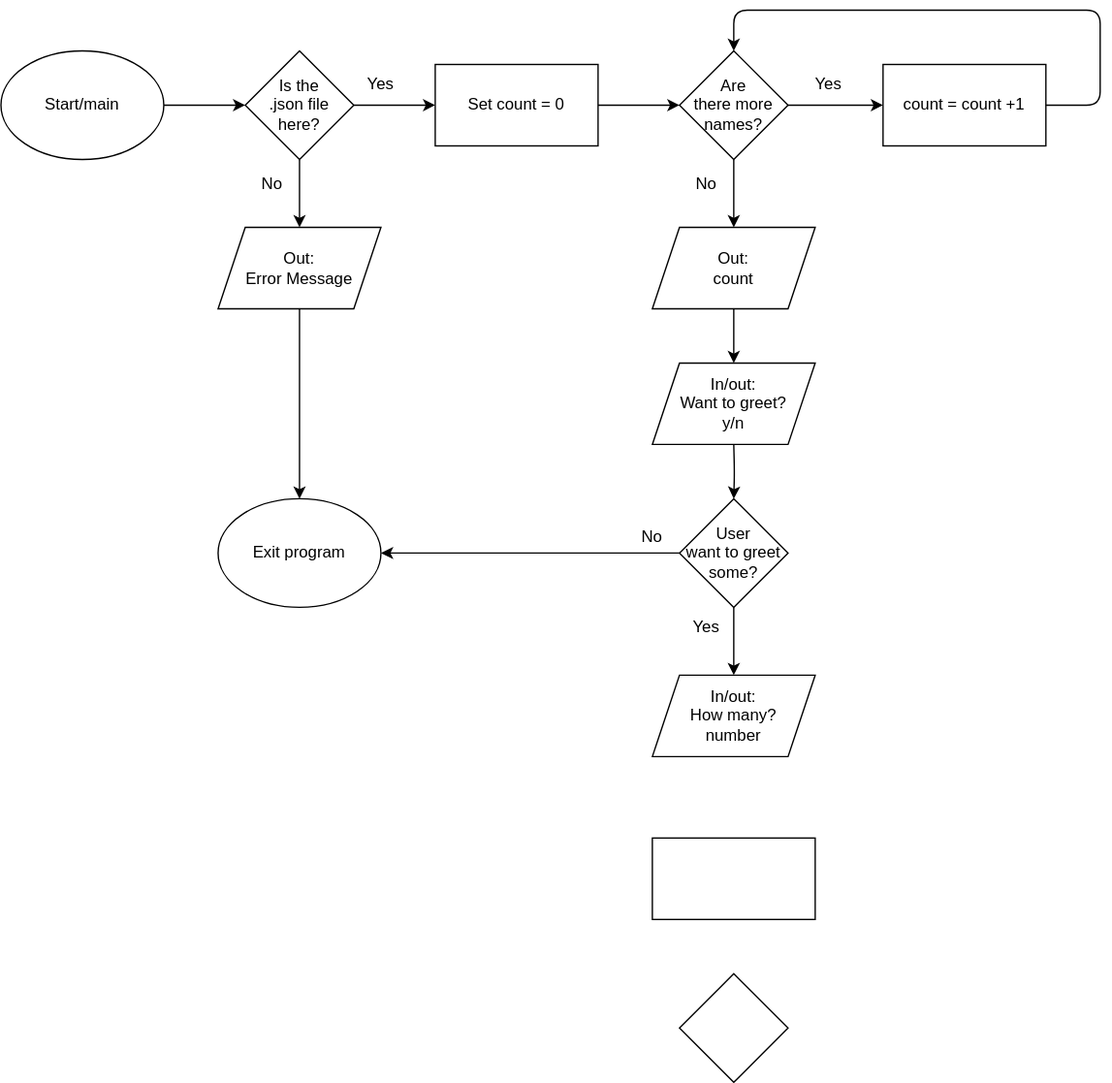
Earlier version of the draw.io export images/functions.drawio.svg (BombadilDK/greeting_data). Source tidied: cells renumbered, new cells last; positions are measured from the earlier drawing's top-left corner, leaving out a move shared by most shapes.
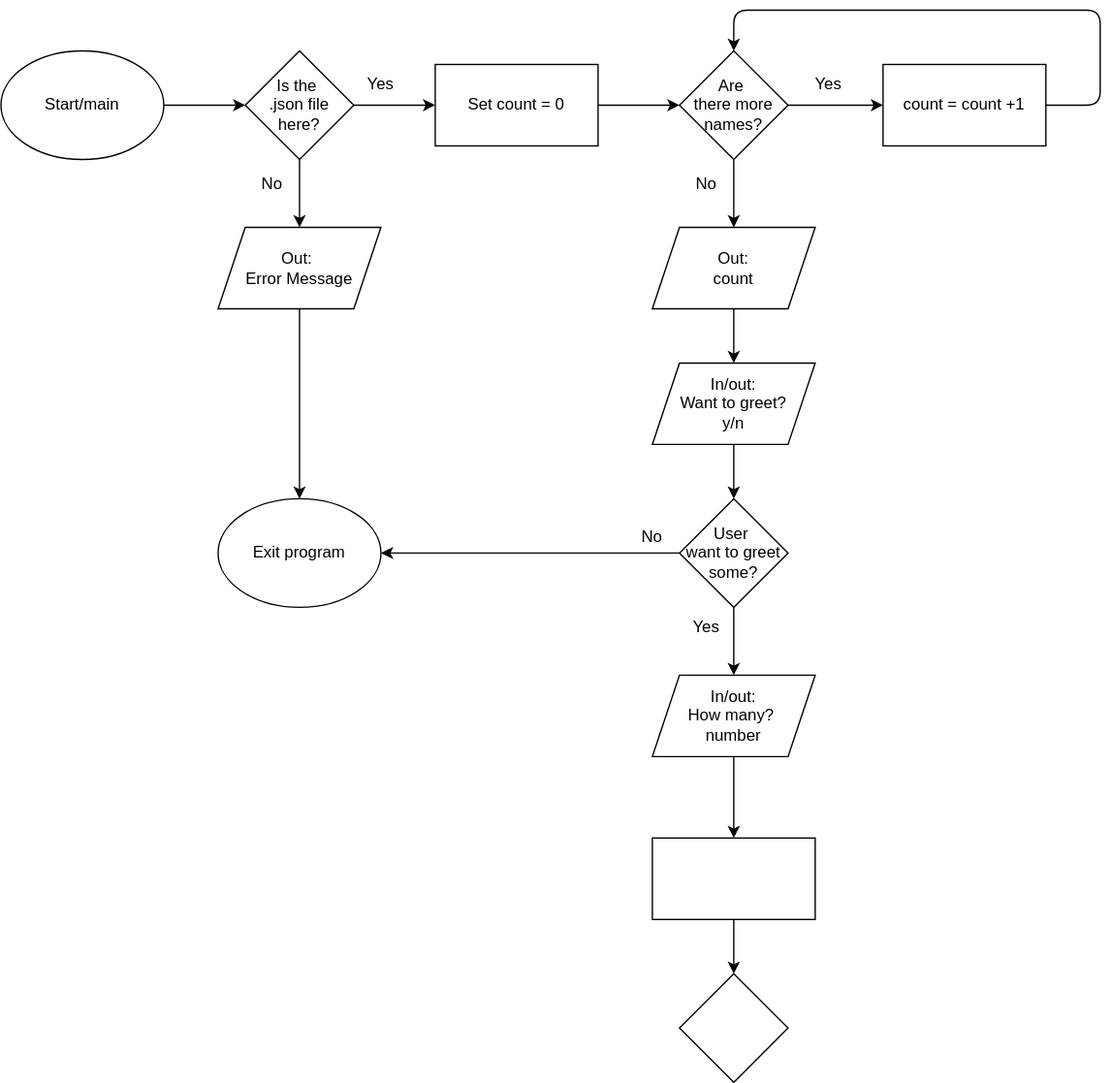
After the commit.

Commit message:
wip: Trying new editor

Diff of the diagram source:
```diff
@@ -103,6 +103,9 @@
     <mxCell id="28" value="In/out:&lt;div&gt;Want to greet?&lt;/div&gt;&lt;div&gt;y/n&lt;/div&gt;" style="shape=parallelogram;perimeter=parallelogramPerimeter;whiteSpace=wrap;html=1;fixedSize=1;" parent="1" vertex="1">
       <mxGeometry x="480" y="260" width="120" height="60" as="geometry" />
     </mxCell>
+    <mxCell id="33" style="edgeStyle=orthogonalEdgeStyle;rounded=0;jettySize=auto;html=1;exitX=0.5;exitY=1;exitDx=0;exitDy=0;entryX=0.5;entryY=0;entryDx=0;entryDy=0;" parent="1" edge="1" source="29" target="32">
+      <mxGeometry relative="1" as="geometry" />
+    </mxCell>
     <mxCell id="29" value="In/out:&lt;div&gt;How many?&amp;nbsp;&lt;/div&gt;&lt;div&gt;number&lt;/div&gt;" style="shape=parallelogram;perimeter=parallelogramPerimeter;whiteSpace=wrap;html=1;fixedSize=1;" parent="1" vertex="1">
       <mxGeometry x="480" y="490" width="120" height="60" as="geometry" />
     </mxCell>
@@ -112,6 +115,9 @@
     <mxCell id="31" style="rhombus;whiteSpace=wrap;html=1;" parent="1" vertex="1">
       <mxGeometry x="500" y="710" width="80" height="80" as="geometry" />
     </mxCell>
+    <mxCell id="34" style="edgeStyle=orthogonalEdgeStyle;rounded=0;jettySize=auto;html=1;exitX=0.5;exitY=1;exitDx=0;exitDy=0;entryX=0.5;entryY=0;entryDx=0;entryDy=0;" parent="1" edge="1" source="32" target="31">
+      <mxGeometry relative="1" as="geometry" />
+    </mxCell>
     <mxCell id="32" style="rounded=0;whiteSpace=wrap;html=1;" parent="1" vertex="1">
       <mxGeometry x="480" y="610" width="120" height="60" as="geometry" />
     </mxCell>
```
